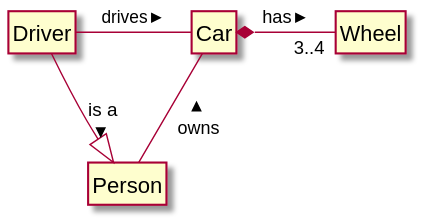
This is out/classmodelling/class/carexample.svg from UNEsestudio/cosc220-sync-lectures, a PlantUML export, as it was before one commit.
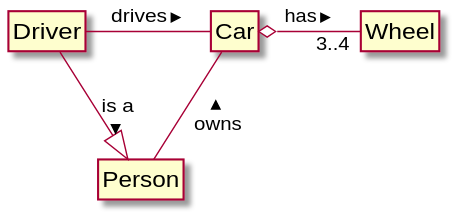
After the change.

Diff of the diagram source:
```diff
@@ -6,7 +6,7 @@
 class Car
 
 Driver - Car : drives >
-Car *- "3..4" Wheel : has >
+Car o- "3..4" Wheel : has >
 Car -- Person : < owns
 Driver -|> Person: is a >
 @enduml
```
